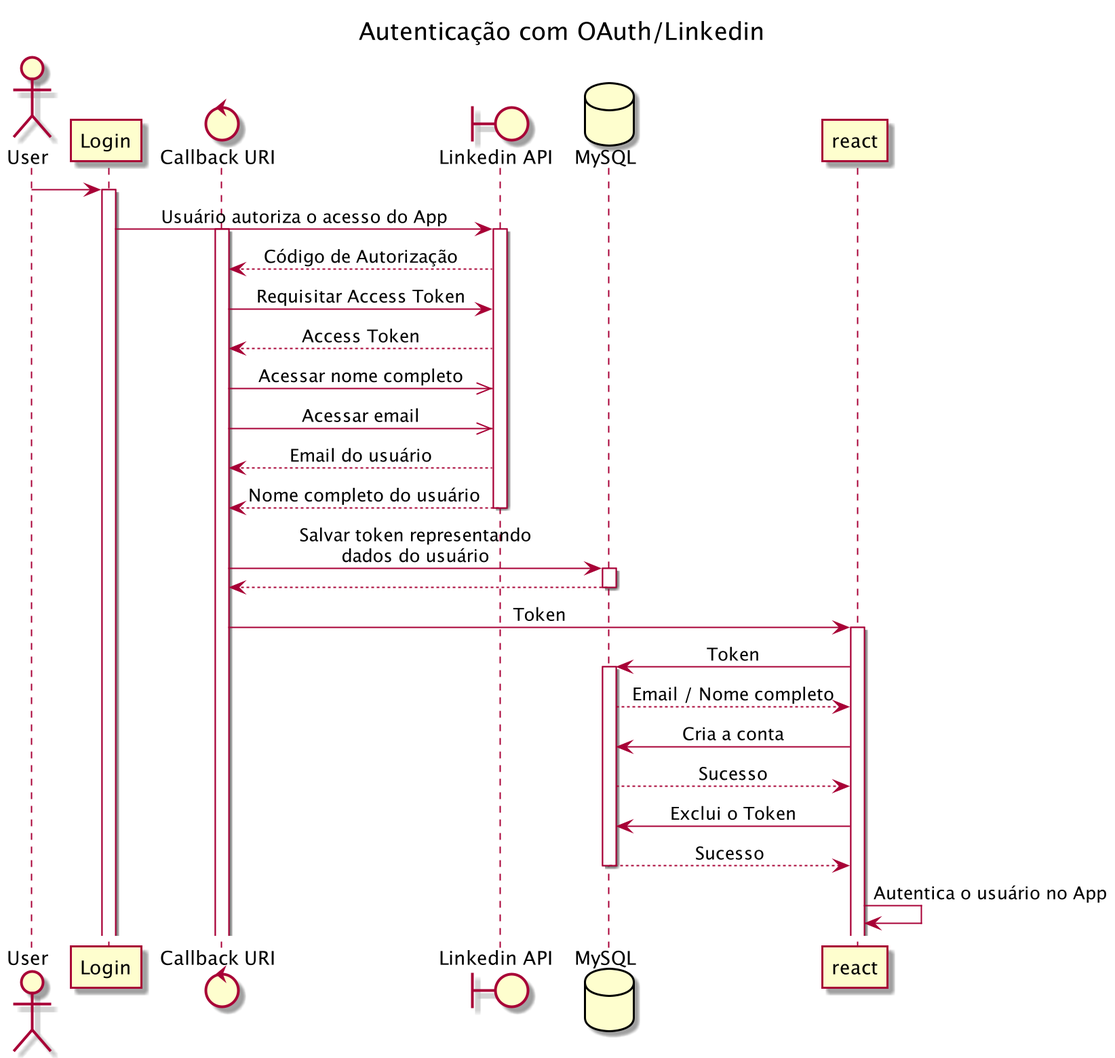
Above: documentation/diagrams/sequence/localbusiness_auth-linkedin-Autenticação_com_OAuth_Linkedin.png in puc-projeto-integrado/smart-business (PlantUML), before the change.
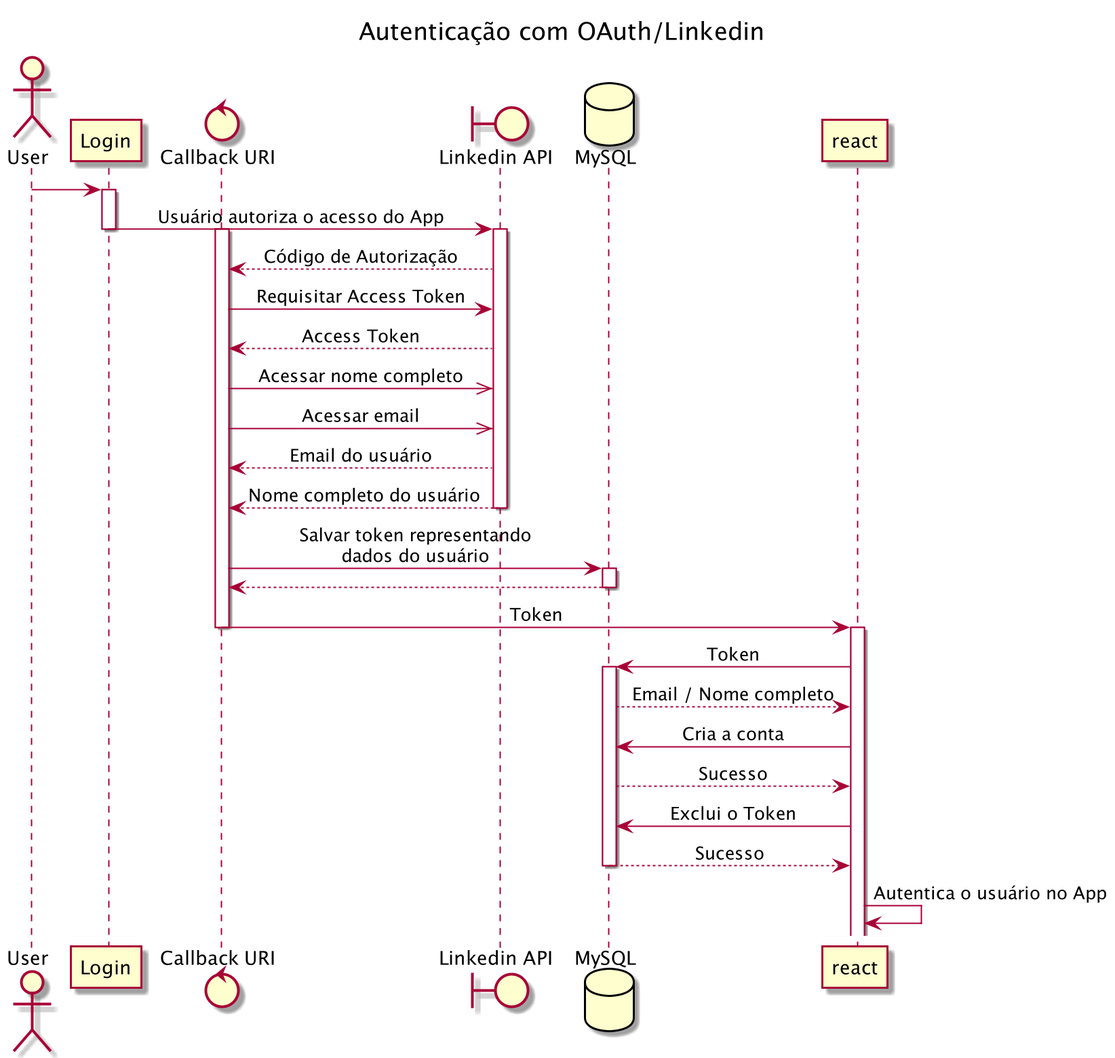
The same diagram one commit later.

Diff of the diagram source:
```diff
@@ -11,6 +11,7 @@
     user -> login
     activate login
     login -> lapi: Usuário autoriza o acesso do App
+    deactivate login
     activate callback
 end box
 
@@ -31,6 +32,7 @@
 deactivate database
 
 callback -> react : Token
+deactivate callback
 activate react
 react -> database : Token
 activate database
@@ -41,5 +43,4 @@
 database --> react : Sucesso
 deactivate database
 react -> react : Autentica o usuário no App
-
 @enduml
```
